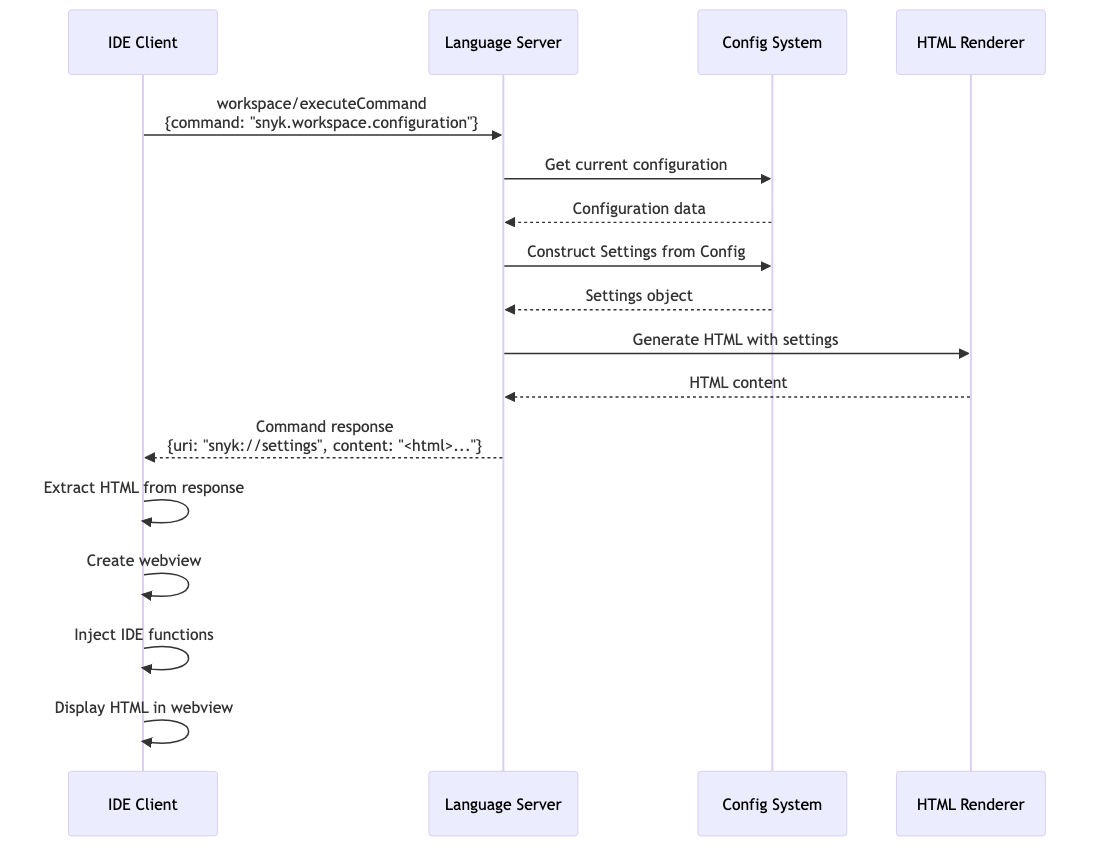
Above: docs/images/configuration-dialog-open.png in snyk/snyk-ls (Mermaid), before the change. Its source is kept beside it as docs/diagrams/configuration-dialog-open.mmd.
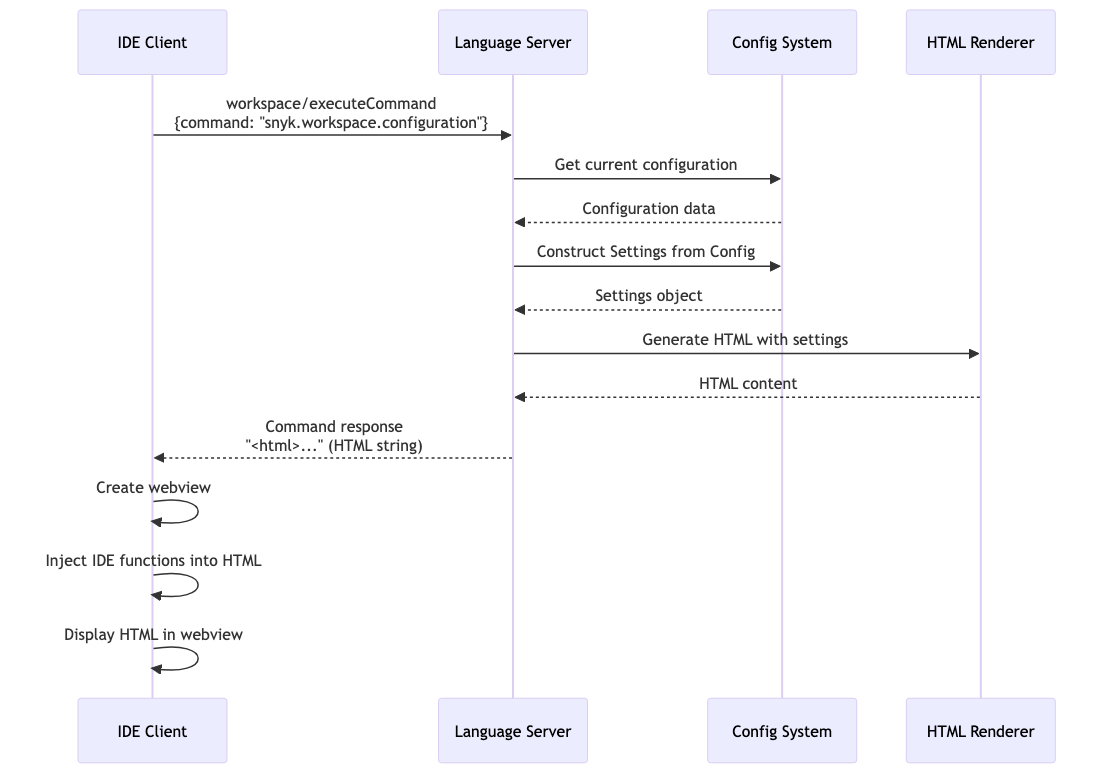
After the change.

Commit message:
docs: fix sequence diagrams to match current implementation [IDE-1455]

The edit, as a diff of the source:
```diff
@@ -15,9 +15,8 @@
     LSP->>HTML: Generate HTML with settings
     HTML-->>LSP: HTML content
 
-    LSP-->>IDE: Command response<br/>{uri: "snyk://settings", content: "<html>..."}
+    LSP-->>IDE: Command response<br/>"<html>..." (HTML string)
 
-    IDE->>IDE: Extract HTML from response
     IDE->>IDE: Create webview
-    IDE->>IDE: Inject IDE functions
+    IDE->>IDE: Inject IDE functions into HTML
     IDE->>IDE: Display HTML in webview
```
